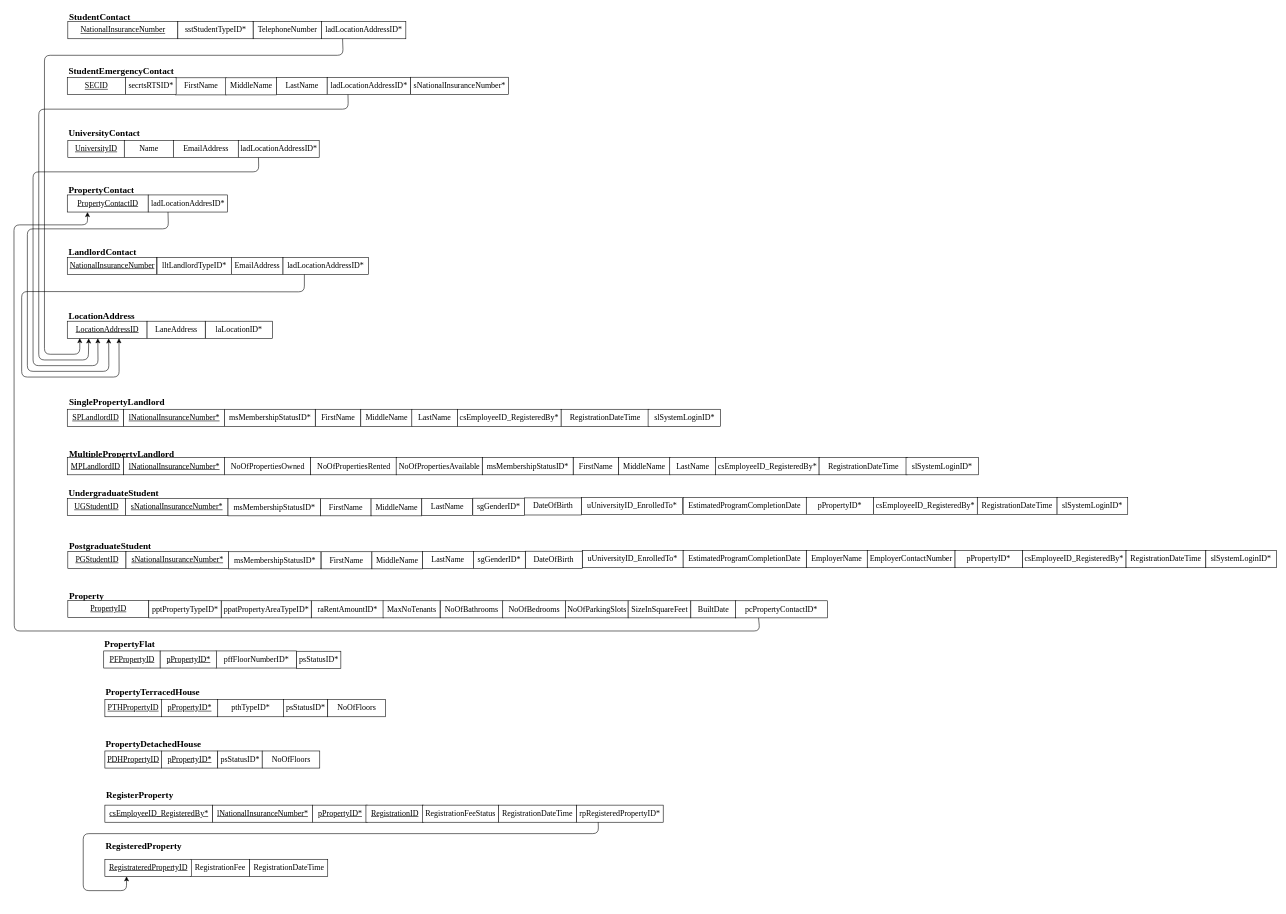
Above: DOCUMENTATION/4.Data Normalization/3NF/3NF_V5.drawio in LRANUL/UOP_SE_Y2S1-ISAD253SL_DATABASES (draw.io), before the change. Source tidied: cells renumbered, new cells numbered last; positions are measured from the earlier drawing's top-left corner, leaving out a move shared by most shapes. Both pictures are drawn from the tidied source at 57%, with x=0, y=0 at pixel (14, 9).
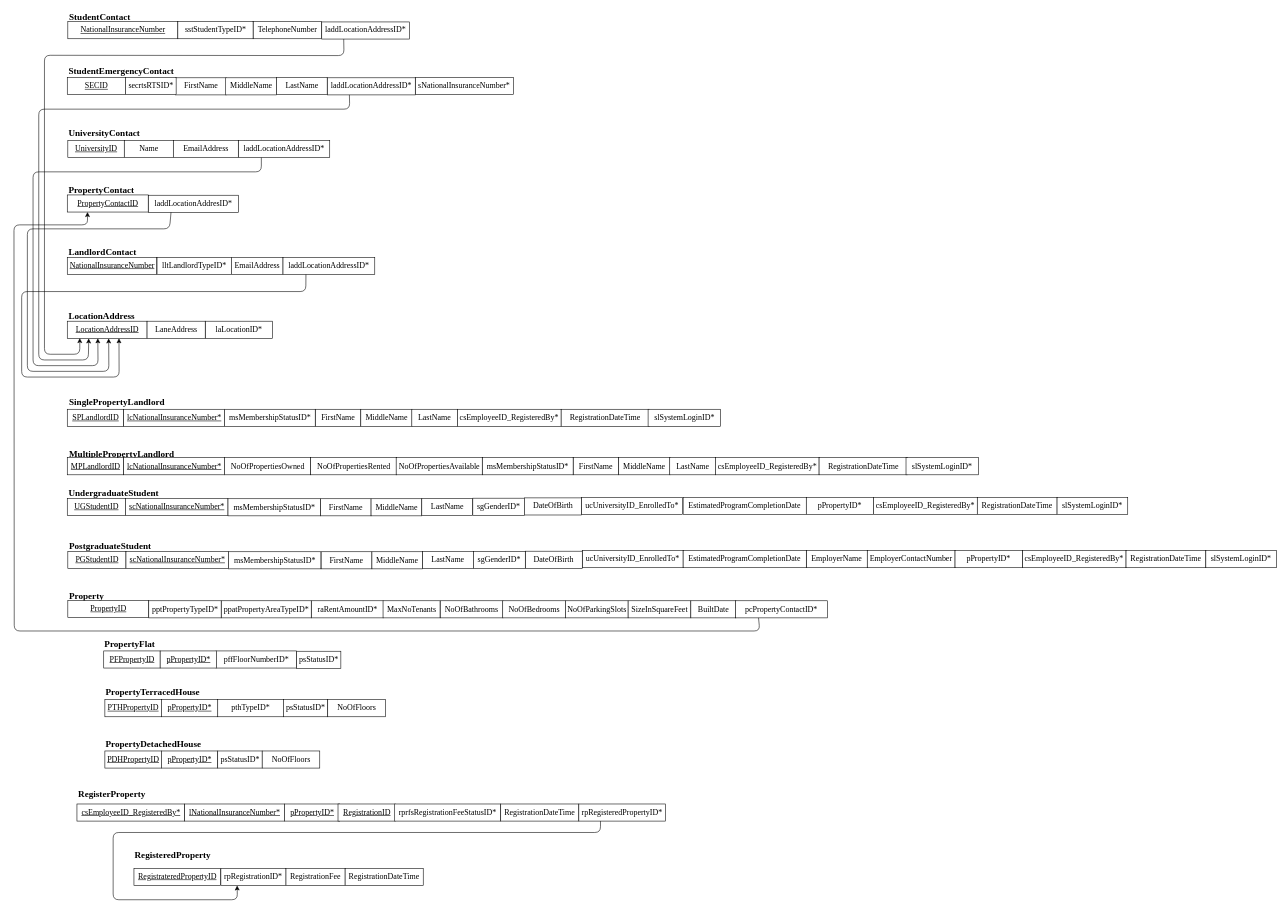
Above is the later version.

The change refers to these unchanged cells:
```xml
<mxCell id="19" value="&lt;u&gt;LocationAddressID&lt;/u&gt;" style="rounded=0;whiteSpace=wrap;html=1;fontSize=14;fontFamily=Times New Roman;" parent="1" vertex="1">
  <mxGeometry x="93.5" y="547" width="140" height="30" as="geometry" />
</mxCell>
```

Change to the diagram source:
```diff
@@
-    <mxCell id="10" value="ladLocationAddressID*" style="rounded=0;whiteSpace=wrap;html=1;fontSize=14;fontFamily=Times New Roman;" parent="1" vertex="1">
-      <mxGeometry x="539.5" y="21.5" width="148" height="30" as="geometry" />
+    <mxCell id="10" value="laddLocationAddressID*" style="rounded=0;whiteSpace=wrap;html=1;fontSize=14;fontFamily=Times New Roman;" parent="1" vertex="1">
+      <mxGeometry x="540" y="22" width="154" height="30" as="geometry" />
     </mxCell>
@@
-    <mxCell id="12" value="uUniversityID_EnrolledTo*" style="rounded=0;whiteSpace=wrap;html=1;fontSize=14;fontFamily=Times New Roman;" parent="1" vertex="1">
+    <mxCell id="12" value="ucUniversityID_EnrolledTo*" style="rounded=0;whiteSpace=wrap;html=1;fontSize=14;fontFamily=Times New Roman;" parent="1" vertex="1">
       <mxGeometry x="997" y="949.5" width="177" height="30" as="geometry" />
     </mxCell>
@@
     <mxCell id="21" style="endArrow=classic;html=1;entryX=0.157;entryY=0.989;entryDx=0;entryDy=0;exitX=0.25;exitY=1;exitDx=0;exitDy=0;entryPerimeter=0;" parent="1" edge="1" source="10" target="19">
       <mxGeometry relative="1" as="geometry">
         <Array as="points">
-          <mxPoint x="577.5" y="80.5" />
+          <mxPoint x="579" y="81" />
           <mxPoint x="53.5" y="80.5" />
           <mxPoint x="53.5" y="605" />
           <mxPoint x="115.5" y="605" />
         </Array>
       </mxGeometry>
     </mxCell>
@@
     <mxCell id="27" value="sNationalInsuranceNumber*" style="rounded=0;whiteSpace=wrap;html=1;fontSize=14;fontFamily=Times New Roman;" parent="1" vertex="1">
-      <mxGeometry x="695.5" y="119" width="172" height="30" as="geometry" />
+      <mxGeometry x="704" y="119.5" width="172" height="30" as="geometry" />
     </mxCell>
@@
-    <mxCell id="29" value="ladLocationAddressID*" style="rounded=0;whiteSpace=wrap;html=1;fontSize=14;fontFamily=Times New Roman;" parent="1" vertex="1">
-      <mxGeometry x="549.5" y="119.5" width="146" height="30" as="geometry" />
+    <mxCell id="29" value="laddLocationAddressID*" style="rounded=0;whiteSpace=wrap;html=1;fontSize=14;fontFamily=Times New Roman;" parent="1" vertex="1">
+      <mxGeometry x="550" y="120" width="154" height="30" as="geometry" />
     </mxCell>
     <mxCell id="30" style="endArrow=classic;html=1;exitX=0.25;exitY=1;exitDx=0;exitDy=0;entryX=0.269;entryY=1.011;entryDx=0;entryDy=0;entryPerimeter=0;" parent="1" edge="1" source="29" target="19">
       <mxGeometry relative="1" as="geometry">
         <Array as="points">
-          <mxPoint x="586.5" y="175" />
+          <mxPoint x="589" y="175" />
           <mxPoint x="43.5" y="175" />
           <mxPoint x="43.5" y="615" />
           <mxPoint x="130.5" y="615" />
         </Array>
       </mxGeometry>
     </mxCell>
@@
-    <mxCell id="36" value="ladLocationAddressID*" style="rounded=0;whiteSpace=wrap;html=1;fontSize=14;fontFamily=Times New Roman;" parent="1" vertex="1">
-      <mxGeometry x="393.5" y="230" width="142" height="30" as="geometry" />
+    <mxCell id="36" value="laddLocationAddressID*" style="rounded=0;whiteSpace=wrap;html=1;fontSize=14;fontFamily=Times New Roman;" parent="1" vertex="1">
+      <mxGeometry x="394" y="230" width="160" height="30" as="geometry" />
     </mxCell>
     <mxCell id="37" style="endArrow=classic;html=1;exitX=0.25;exitY=1;exitDx=0;exitDy=0;entryX=0.383;entryY=1;entryDx=0;entryDy=0;entryPerimeter=0;" parent="1" edge="1" source="36" target="19">
       <mxGeometry relative="1" as="geometry">
         <Array as="points">
-          <mxPoint x="429.5" y="285" />
+          <mxPoint x="434" y="285" />
           <mxPoint x="33.5" y="285" />
           <mxPoint x="33.5" y="625" />
           <mxPoint x="147.5" y="625" />
         </Array>
       </mxGeometry>
     </mxCell>
@@
-    <mxCell id="40" value="ladLocationAddresID*" style="rounded=0;whiteSpace=wrap;html=1;fontSize=14;fontFamily=Times New Roman;" parent="1" vertex="1">
-      <mxGeometry x="235.5" y="325.5" width="139" height="30" as="geometry" />
+    <mxCell id="40" value="laddLocationAddresID*" style="rounded=0;whiteSpace=wrap;html=1;fontSize=14;fontFamily=Times New Roman;" parent="1" vertex="1">
+      <mxGeometry x="236" y="326" width="158" height="30" as="geometry" />
     </mxCell>
     <mxCell id="41" style="endArrow=classic;html=1;exitX=0.25;exitY=1;exitDx=0;exitDy=0;entryX=0.519;entryY=1.011;entryDx=0;entryDy=0;entryPerimeter=0;" parent="1" edge="1" source="40" target="19">
       <mxGeometry relative="1" as="geometry">
         <Array as="points">
-          <mxPoint x="271" y="385" />
+          <mxPoint x="273" y="385" />
           <mxPoint x="23.5" y="385" />
           <mxPoint x="23.5" y="635" />
           <mxPoint x="166.5" y="635" />
         </Array>
       </mxGeometry>
     </mxCell>
@@
-    <mxCell id="45" value="ladLocationAddressID*" style="rounded=0;whiteSpace=wrap;html=1;fontSize=14;fontFamily=Times New Roman;" parent="1" vertex="1">
-      <mxGeometry x="472" y="435" width="150" height="30" as="geometry" />
+    <mxCell id="45" value="laddLocationAddressID*" style="rounded=0;whiteSpace=wrap;html=1;fontSize=14;fontFamily=Times New Roman;" parent="1" vertex="1">
+      <mxGeometry x="472" y="435" width="161" height="30" as="geometry" />
     </mxCell>
@@
     <mxCell id="47" style="endArrow=classic;html=1;exitX=0.25;exitY=1;exitDx=0;exitDy=0;entryX=0.648;entryY=1;entryDx=0;entryDy=0;entryPerimeter=0;" parent="1" edge="1" source="45" target="19">
       <mxGeometry relative="1" as="geometry">
         <Array as="points">
-          <mxPoint x="509.5" y="495.5" />
+          <mxPoint x="512" y="495" />
           <mxPoint x="13.5" y="495" />
           <mxPoint x="13.5" y="645" />
           <mxPoint x="184.5" y="645" />
         </Array>
       </mxGeometry>
     </mxCell>
@@
-    <mxCell id="52" value="&lt;span&gt;sNationalInsuranceNumber*&lt;/span&gt;" style="rounded=0;whiteSpace=wrap;html=1;fontSize=14;fontFamily=Times New Roman;fontStyle=4;" parent="1" vertex="1">
+    <mxCell id="52" value="&lt;span&gt;scNationalInsuranceNumber*&lt;/span&gt;" style="rounded=0;whiteSpace=wrap;html=1;fontSize=14;fontFamily=Times New Roman;fontStyle=4;" parent="1" vertex="1">
       <mxGeometry x="195.5" y="858" width="180" height="30" as="geometry" />
     </mxCell>
@@
-    <mxCell id="55" value="&lt;span&gt;sNationalInsuranceNumber*&lt;/span&gt;" style="rounded=0;whiteSpace=wrap;html=1;fontSize=14;fontFamily=Times New Roman;fontStyle=4;" parent="1" vertex="1">
+    <mxCell id="55" value="&lt;span&gt;scNationalInsuranceNumber*&lt;/span&gt;" style="rounded=0;whiteSpace=wrap;html=1;fontSize=14;fontFamily=Times New Roman;fontStyle=4;" parent="1" vertex="1">
       <mxGeometry x="196.5" y="951" width="180" height="30" as="geometry" />
     </mxCell>
@@
-    <mxCell id="62" value="uUniversityID_EnrolledTo*" style="rounded=0;whiteSpace=wrap;html=1;fontSize=14;fontFamily=Times New Roman;" parent="1" vertex="1">
+    <mxCell id="62" value="ucUniversityID_EnrolledTo*" style="rounded=0;whiteSpace=wrap;html=1;fontSize=14;fontFamily=Times New Roman;" parent="1" vertex="1">
       <mxGeometry x="996" y="856.5" width="177" height="30" as="geometry" />
     </mxCell>
@@
     <mxCell id="94" value="&lt;span&gt;csEmployeeID_RegisteredBy*&lt;br&gt;&lt;/span&gt;" style="rounded=0;whiteSpace=wrap;html=1;fontSize=14;fontFamily=Times New Roman;fontStyle=4;" parent="1" vertex="1">
-      <mxGeometry x="159.5" y="1396" width="189" height="30" as="geometry" />
+      <mxGeometry x="110.5" y="1394" width="189" height="30" as="geometry" />
     </mxCell>
     <mxCell id="95" value="lNationalInsuranceNumber*" style="rounded=0;whiteSpace=wrap;html=1;fontSize=14;fontFamily=Times New Roman;fontStyle=4;" parent="1" vertex="1">
-      <mxGeometry x="348.5" y="1396" width="175" height="30" as="geometry" />
+      <mxGeometry x="299.5" y="1394" width="175" height="30" as="geometry" />
     </mxCell>
     <mxCell id="96" value="pPropertyID*" style="rounded=0;whiteSpace=wrap;html=1;fontSize=14;fontFamily=Times New Roman;fontStyle=4;" parent="1" vertex="1">
-      <mxGeometry x="523.5" y="1396" width="97" height="30" as="geometry" />
+      <mxGeometry x="474.5" y="1394" width="97" height="30" as="geometry" />
     </mxCell>
     <mxCell id="97" value="&lt;font face=&quot;Times New Roman&quot;&gt;RegisterProperty&lt;/font&gt;" style="text;html=1;align=left;verticalAlign=top;spacingTop=-4;fontSize=16;fontStyle=1;" parent="1" vertex="1">
-      <mxGeometry x="159.5" y="1366" width="120" height="20" as="geometry" />
+      <mxGeometry x="110.5" y="1364" width="120" height="20" as="geometry" />
     </mxCell>
     <mxCell id="98" value="&lt;u&gt;RegistrationID&lt;/u&gt;" style="rounded=0;whiteSpace=wrap;html=1;fontSize=14;fontFamily=Times New Roman;fontStyle=0;" parent="1" vertex="1">
-      <mxGeometry x="617.5" y="1396" width="101" height="30" as="geometry" />
+      <mxGeometry x="568.5" y="1394" width="101" height="30" as="geometry" />
     </mxCell>
     <mxCell id="99" value="RegistrationFee" style="rounded=0;whiteSpace=wrap;html=1;fontSize=14;fontFamily=Times New Roman;fontStyle=0;" parent="1" vertex="1">
-      <mxGeometry x="309.5" y="1491" width="104" height="30" as="geometry" />
+      <mxGeometry x="477" y="1507" width="104" height="30" as="geometry" />
     </mxCell>
-    <mxCell id="100" value="RegistrationFeeStatus" style="rounded=0;whiteSpace=wrap;html=1;fontSize=14;fontFamily=Times New Roman;fontStyle=0;" parent="1" vertex="1">
-      <mxGeometry x="717" y="1396" width="133" height="30" as="geometry" />
+    <mxCell id="100" value="rprfsRegistrationFeeStatusID*" style="rounded=0;whiteSpace=wrap;html=1;fontSize=14;fontFamily=Times New Roman;fontStyle=0;" parent="1" vertex="1">
+      <mxGeometry x="668" y="1394" width="186" height="30" as="geometry" />
     </mxCell>
     <mxCell id="101" value="RegistrationDateTime" style="rounded=0;whiteSpace=wrap;html=1;fontSize=14;fontFamily=Times New Roman;fontStyle=0;" parent="1" vertex="1">
-      <mxGeometry x="850" y="1396" width="137" height="30" as="geometry" />
+      <mxGeometry x="854" y="1394" width="137" height="30" as="geometry" />
     </mxCell>
     <mxCell id="102" value="&lt;font face=&quot;Times New Roman&quot;&gt;RegisteredProperty&lt;/font&gt;" style="text;html=1;align=left;verticalAlign=top;spacingTop=-4;fontSize=16;fontStyle=1;" parent="1" vertex="1">
-      <mxGeometry x="158.5" y="1456" width="140" height="20" as="geometry" />
+      <mxGeometry x="209.5" y="1472" width="140" height="20" as="geometry" />
     </mxCell>
     <mxCell id="103" value="&lt;u&gt;RegistrateredPropertyID&lt;/u&gt;" style="rounded=0;whiteSpace=wrap;html=1;fontSize=14;fontFamily=Times New Roman;fontStyle=0;" parent="1" vertex="1">
-      <mxGeometry x="159.5" y="1491" width="152" height="30" as="geometry" />
+      <mxGeometry x="210.5" y="1507" width="152" height="30" as="geometry" />
     </mxCell>
     <mxCell id="104" value="RegistrationDateTime" style="rounded=0;whiteSpace=wrap;html=1;fontSize=14;fontFamily=Times New Roman;fontStyle=0;" parent="1" vertex="1">
-      <mxGeometry x="413.5" y="1491" width="137" height="30" as="geometry" />
+      <mxGeometry x="581" y="1507" width="137" height="30" as="geometry" />
     </mxCell>
@@
     <mxCell id="107" value="rpRegisteredPropertyID*" style="rounded=0;whiteSpace=wrap;html=1;fontSize=14;fontFamily=Times New Roman;fontStyle=0;" parent="1" vertex="1">
-      <mxGeometry x="987" y="1396" width="152" height="30" as="geometry" />
+      <mxGeometry x="991" y="1394" width="152" height="30" as="geometry" />
     </mxCell>
-    <mxCell id="108" style="endArrow=classic;html=1;entryX=0.25;entryY=1;entryDx=0;entryDy=0;exitX=0.25;exitY=1;exitDx=0;exitDy=0;" parent="1" edge="1" source="107" target="103">
+    <mxCell id="108" style="endArrow=classic;html=1;entryX=0.25;entryY=1;entryDx=0;entryDy=0;exitX=0.25;exitY=1;exitDx=0;exitDy=0;" parent="1" edge="1" source="107" target="134">
       <mxGeometry relative="1" as="geometry">
         <Array as="points">
-          <mxPoint x="1025.5" y="1446" />
-          <mxPoint x="121.5" y="1446" />
-          <mxPoint x="121.5" y="1546" />
-          <mxPoint x="197.5" y="1546" />
+          <mxPoint x="1029" y="1444" />
+          <mxPoint x="174" y="1444" />
+          <mxPoint x="174" y="1562" />
+          <mxPoint x="392" y="1562" />
         </Array>
       </mxGeometry>
     </mxCell>
@@
-    <mxCell id="122" value="&lt;span&gt;lNationalInsuranceNumber*&lt;/span&gt;" style="rounded=0;whiteSpace=wrap;html=1;fontSize=14;fontFamily=Times New Roman;fontStyle=4;" parent="1" vertex="1">
+    <mxCell id="122" value="&lt;span&gt;lcNationalInsuranceNumber*&lt;/span&gt;" style="rounded=0;whiteSpace=wrap;html=1;fontSize=14;fontFamily=Times New Roman;fontStyle=4;" parent="1" vertex="1">
       <mxGeometry x="192.5" y="701.5" width="177" height="30" as="geometry" />
     </mxCell>
@@
-    <mxCell id="124" value="&lt;span&gt;lNationalInsuranceNumber*&lt;/span&gt;" style="rounded=0;whiteSpace=wrap;html=1;fontSize=14;fontFamily=Times New Roman;fontStyle=4;" parent="1" vertex="1">
+    <mxCell id="124" value="&lt;span&gt;lcNationalInsuranceNumber*&lt;/span&gt;" style="rounded=0;whiteSpace=wrap;html=1;fontSize=14;fontFamily=Times New Roman;fontStyle=4;" parent="1" vertex="1">
       <mxGeometry x="192.5" y="786.5" width="177" height="30" as="geometry" />
     </mxCell>
@@
+    <mxCell id="134" value="rpRegistrationID*" style="rounded=0;whiteSpace=wrap;html=1;fontSize=14;fontFamily=Times New Roman;fontStyle=0;" parent="1" vertex="1">
+      <mxGeometry x="363" y="1507" width="114" height="30" as="geometry" />
+    </mxCell>
```
